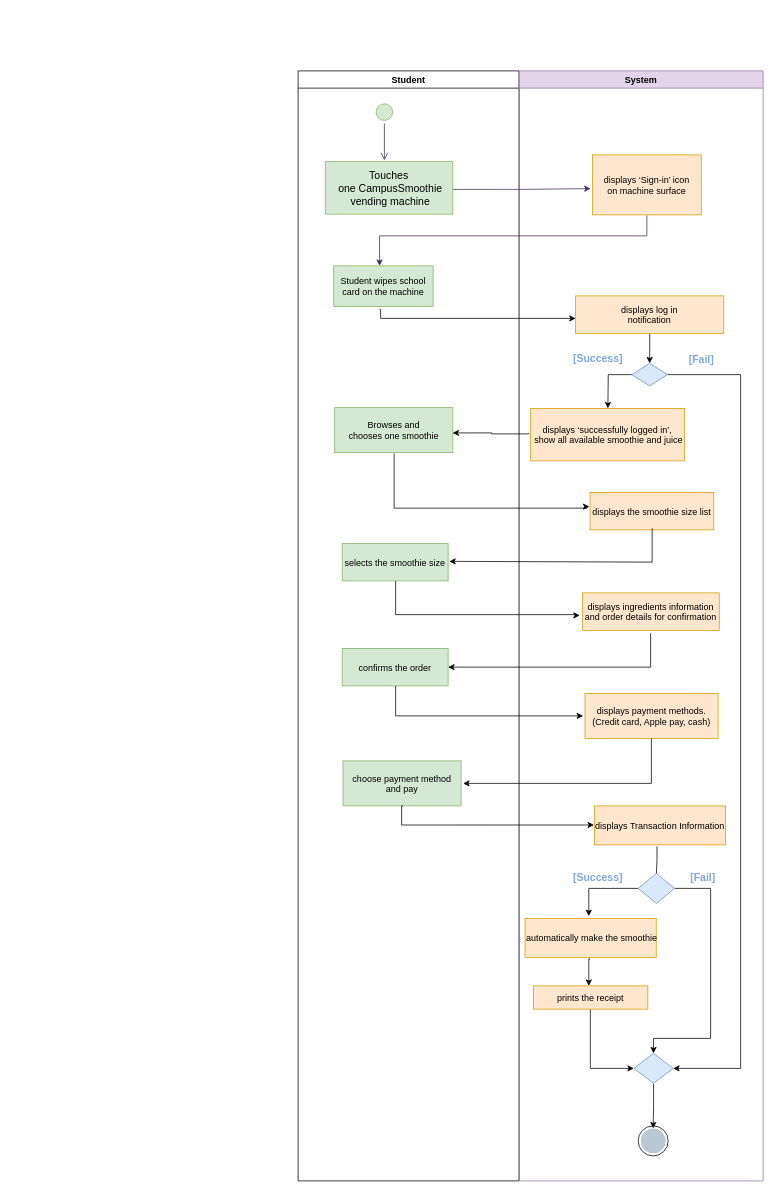
This is Untitled Diagram.drawio from Aapeaxh/InformationSystemDesign, a draw.io file, before an edit. Source tidied: cells renumbered, new cells numbered last; positions are measured from the earlier drawing's top-left corner, leaving out a move shared by most shapes. Both pictures are drawn from the tidied source at 75%, with x=0, y=0 at pixel (298, 70).
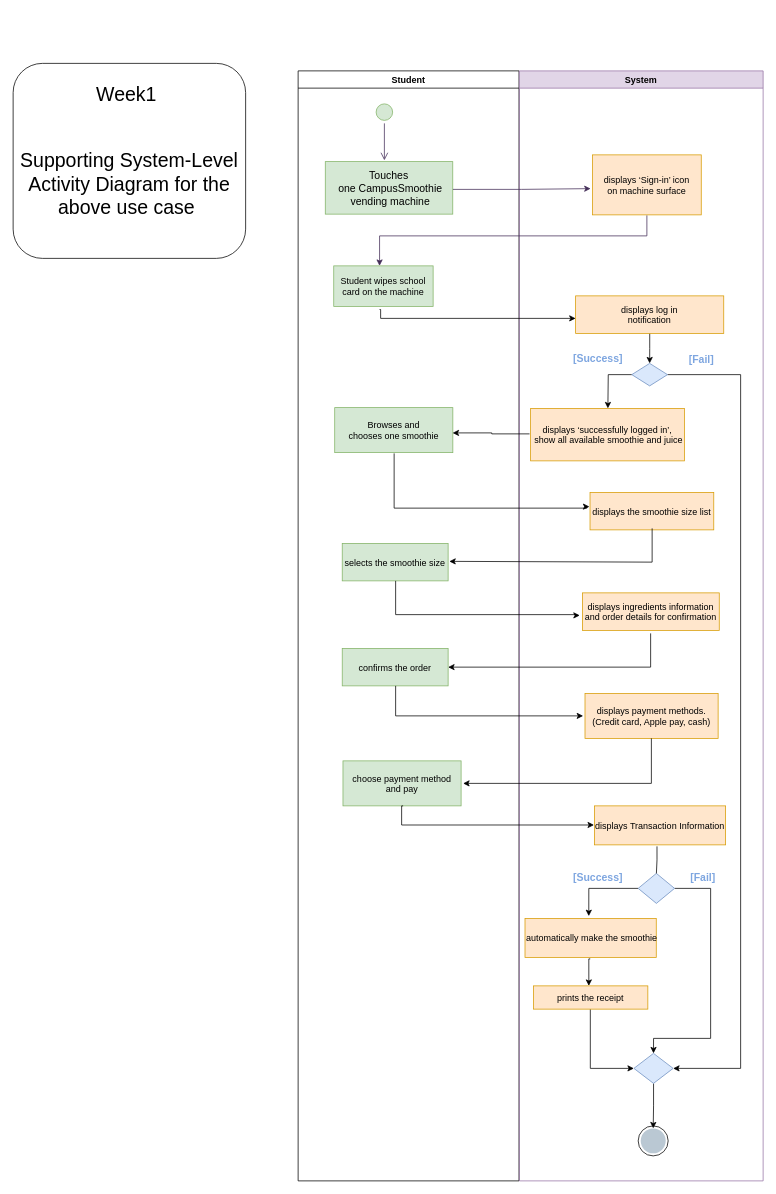
After the change.

What changed in the source:
```diff
@@
+    <mxCell id="50" value="&lt;font style=&quot;font-size: 26px;&quot;&gt;&lt;br&gt;  &lt;br&gt; &lt;br&gt; Week1&amp;nbsp;&lt;br&gt;  &lt;/font&gt;&lt;div style=&quot;font-size: 26px;&quot; title=&quot;Page 6&quot; class=&quot;page&quot;&gt;&lt;div style=&quot;&quot; class=&quot;layoutArea&quot;&gt;&lt;div class=&quot;column&quot;&gt;&lt;font style=&quot;font-size: 26px;&quot;&gt;&lt;br&gt;     &lt;/font&gt;&lt;p&gt;&lt;span style=&quot;font-family: Calibri;&quot;&gt;&lt;font style=&quot;font-size: 26px;&quot;&gt;Supporting System-Level Activity Diagram for the above use case&amp;nbsp;&lt;/font&gt;&lt;/span&gt;&lt;/p&gt;&lt;font style=&quot;font-size: 26px;&quot;&gt;&lt;br&gt;    &lt;/font&gt;&lt;/div&gt;&lt;font style=&quot;font-size: 26px;&quot;&gt;&lt;br&gt;   &lt;/font&gt;&lt;/div&gt;&lt;br&gt;  &lt;/div&gt;" style="rounded=1;whiteSpace=wrap;html=1;" parent="1" vertex="1">
+      <mxGeometry x="-380" y="-10" width="310" height="260" as="geometry" />
+    </mxCell>
```
